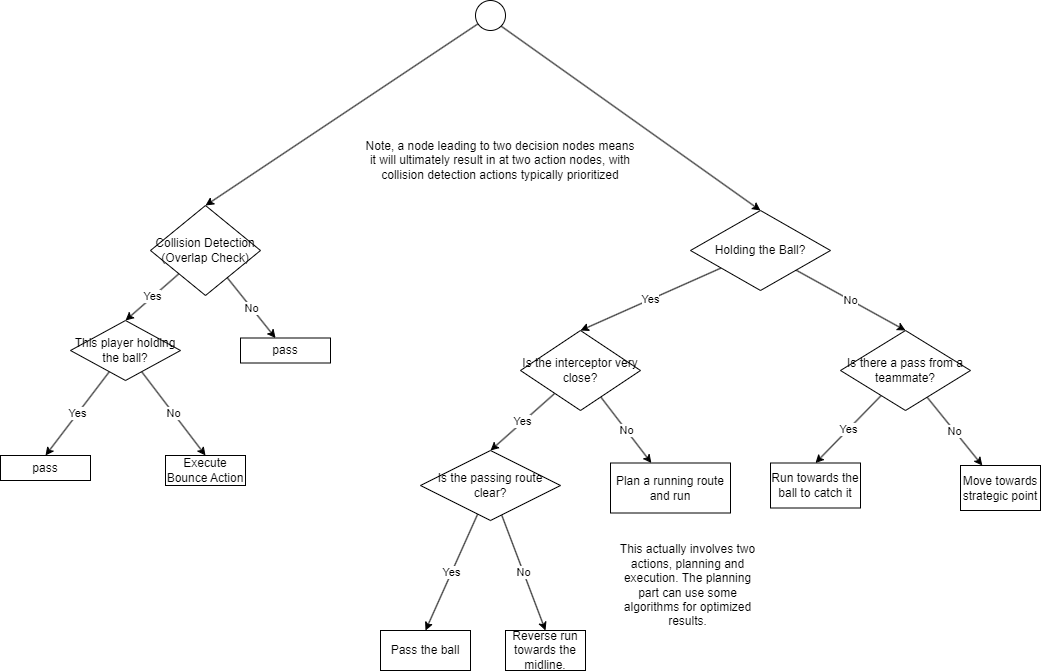
This is behavioral logic blueprint/striker_eng.png from LuMingJun62511/TDP, a draw.io export, as it was before one commit. Source tidied: cells renumbered, new cells last; positions are measured from the earlier drawing's top-left corner, leaving out a move shared by most shapes. The source it was exported from:
```xml
<mxGraphModel>
  <root>
    <mxCell id="0" />
    <mxCell id="1" parent="0" />
    <mxCell id="2" style="edgeStyle=none;html=1;entryX=0.5;entryY=0;entryDx=0;entryDy=0;" parent="1" edge="1" source="3" target="7">
      <mxGeometry relative="1" as="geometry" />
    </mxCell>
    <mxCell id="3" style="ellipse;whiteSpace=wrap;html=1;" parent="1" vertex="1">
      <mxGeometry x="475" width="30" height="30" as="geometry" />
    </mxCell>
    <mxCell id="4" value="Yes" style="edgeStyle=none;html=1;entryX=0.5;entryY=0;entryDx=0;entryDy=0;" parent="1" edge="1" source="7" target="10">
      <mxGeometry relative="1" as="geometry" />
    </mxCell>
    <mxCell id="5" style="edgeStyle=none;html=1;exitX=1;exitY=1;exitDx=0;exitDy=0;entryX=0.5;entryY=0;entryDx=0;entryDy=0;" parent="1" edge="1" source="3" target="15">
      <mxGeometry relative="1" as="geometry" />
    </mxCell>
    <mxCell id="6" value="No" style="edgeStyle=none;html=1;" parent="1" edge="1" source="7" target="32">
      <mxGeometry relative="1" as="geometry" />
    </mxCell>
    <mxCell id="7" value="&lt;div&gt;Collision Detection&lt;/div&gt;&lt;div&gt;(Overlap Check)&lt;/div&gt;" style="rhombus;whiteSpace=wrap;html=1;" parent="1" vertex="1">
      <mxGeometry x="150" y="205" width="110" height="90" as="geometry" />
    </mxCell>
    <mxCell id="8" value="No" style="edgeStyle=none;html=1;entryX=0.5;entryY=0;entryDx=0;entryDy=0;" parent="1" edge="1" source="10" target="11">
      <mxGeometry relative="1" as="geometry" />
    </mxCell>
    <mxCell id="9" value="Yes" style="edgeStyle=none;html=1;entryX=0.5;entryY=0;entryDx=0;entryDy=0;" parent="1" edge="1" source="10" target="12">
      <mxGeometry relative="1" as="geometry" />
    </mxCell>
    <mxCell id="10" value="This player holding the ball?" style="rhombus;whiteSpace=wrap;html=1;" parent="1" vertex="1">
      <mxGeometry x="70" y="320" width="110" height="60" as="geometry" />
    </mxCell>
    <mxCell id="11" value="Execute Bounce Action" style="rounded=0;whiteSpace=wrap;html=1;" parent="1" vertex="1">
      <mxGeometry x="165" y="455" width="80" height="30" as="geometry" />
    </mxCell>
    <mxCell id="12" value="pass" style="rounded=0;whiteSpace=wrap;html=1;" parent="1" vertex="1">
      <mxGeometry y="455" width="90" height="25" as="geometry" />
    </mxCell>
    <mxCell id="13" value="Yes" style="edgeStyle=none;html=1;entryX=0.5;entryY=0;entryDx=0;entryDy=0;" parent="1" edge="1" source="15" target="19">
      <mxGeometry relative="1" as="geometry" />
    </mxCell>
    <mxCell id="14" value="No" style="edgeStyle=none;html=1;entryX=0.5;entryY=0;entryDx=0;entryDy=0;" parent="1" edge="1" source="15" target="24">
      <mxGeometry relative="1" as="geometry" />
    </mxCell>
    <mxCell id="15" value="Holding the Ball?" style="rhombus;whiteSpace=wrap;html=1;" parent="1" vertex="1">
      <mxGeometry x="690" y="210" width="140" height="80" as="geometry" />
    </mxCell>
    <mxCell id="16" value="Plan a running route and run" style="rounded=0;whiteSpace=wrap;html=1;" parent="1" vertex="1">
      <mxGeometry x="610" y="462.5" width="120" height="50" as="geometry" />
    </mxCell>
    <mxCell id="17" value="No" style="edgeStyle=none;html=1;" parent="1" edge="1" source="19" target="16">
      <mxGeometry relative="1" as="geometry" />
    </mxCell>
    <mxCell id="18" value="Yes" style="edgeStyle=none;html=1;entryX=0.5;entryY=0;entryDx=0;entryDy=0;" parent="1" edge="1" source="19" target="28">
      <mxGeometry relative="1" as="geometry" />
    </mxCell>
    <mxCell id="19" value="Is the interceptor very close?" style="rhombus;whiteSpace=wrap;html=1;" parent="1" vertex="1">
      <mxGeometry x="520" y="330" width="120" height="80" as="geometry" />
    </mxCell>
    <mxCell id="20" value="Pass the ball" style="rounded=0;whiteSpace=wrap;html=1;" parent="1" vertex="1">
      <mxGeometry x="380" y="630" width="90" height="40" as="geometry" />
    </mxCell>
    <mxCell id="21" value="Run towards the ball to catch it" style="rounded=0;whiteSpace=wrap;html=1;" parent="1" vertex="1">
      <mxGeometry x="770" y="462.5" width="90" height="45" as="geometry" />
    </mxCell>
    <mxCell id="22" value="Yes" style="edgeStyle=none;html=1;entryX=0.5;entryY=0;entryDx=0;entryDy=0;" parent="1" edge="1" source="24" target="21">
      <mxGeometry relative="1" as="geometry" />
    </mxCell>
    <mxCell id="23" value="No" style="edgeStyle=none;html=1;" parent="1" edge="1" source="24" target="25">
      <mxGeometry relative="1" as="geometry" />
    </mxCell>
    <mxCell id="24" value="Is there a pass from a teammate?" style="rhombus;whiteSpace=wrap;html=1;" parent="1" vertex="1">
      <mxGeometry x="840" y="330" width="130" height="80" as="geometry" />
    </mxCell>
    <mxCell id="25" value="Move towards strategic point" style="rounded=0;whiteSpace=wrap;html=1;" parent="1" vertex="1">
      <mxGeometry x="960" y="465" width="80" height="45" as="geometry" />
    </mxCell>
    <mxCell id="26" value="Yes" style="edgeStyle=none;html=1;entryX=0.5;entryY=0;entryDx=0;entryDy=0;" parent="1" edge="1" source="28" target="20">
      <mxGeometry relative="1" as="geometry" />
    </mxCell>
    <mxCell id="27" value="No" style="edgeStyle=none;html=1;entryX=0.5;entryY=0;entryDx=0;entryDy=0;" parent="1" edge="1" source="28" target="29">
      <mxGeometry relative="1" as="geometry" />
    </mxCell>
    <mxCell id="28" value="Is the passing route clear?" style="rhombus;whiteSpace=wrap;html=1;" parent="1" vertex="1">
      <mxGeometry x="420" y="450" width="140" height="70" as="geometry" />
    </mxCell>
    <mxCell id="29" value="Reverse run towards the midline." style="rounded=0;whiteSpace=wrap;html=1;" parent="1" vertex="1">
      <mxGeometry x="505" y="630" width="80" height="40" as="geometry" />
    </mxCell>
    <mxCell id="30" value="This actually involves two actions, planning and execution. The planning part can use some algorithms for optimized results." style="text;html=1;strokeColor=none;fillColor=none;align=center;verticalAlign=middle;whiteSpace=wrap;rounded=0;" parent="1" vertex="1">
      <mxGeometry x="615" y="520" width="145" height="130" as="geometry" />
    </mxCell>
    <mxCell id="31" value="Note, a node leading to two decision nodes means it will ultimately result in at two action nodes, with collision detection actions typically prioritized" style="text;html=1;strokeColor=none;fillColor=none;align=center;verticalAlign=middle;whiteSpace=wrap;rounded=0;" parent="1" vertex="1">
      <mxGeometry x="360" y="140" width="280" height="40" as="geometry" />
    </mxCell>
    <mxCell id="32" value="pass" style="rounded=0;whiteSpace=wrap;html=1;" parent="1" vertex="1">
      <mxGeometry x="240" y="337.5" width="90" height="25" as="geometry" />
    </mxCell>
  </root>
</mxGraphModel>
```
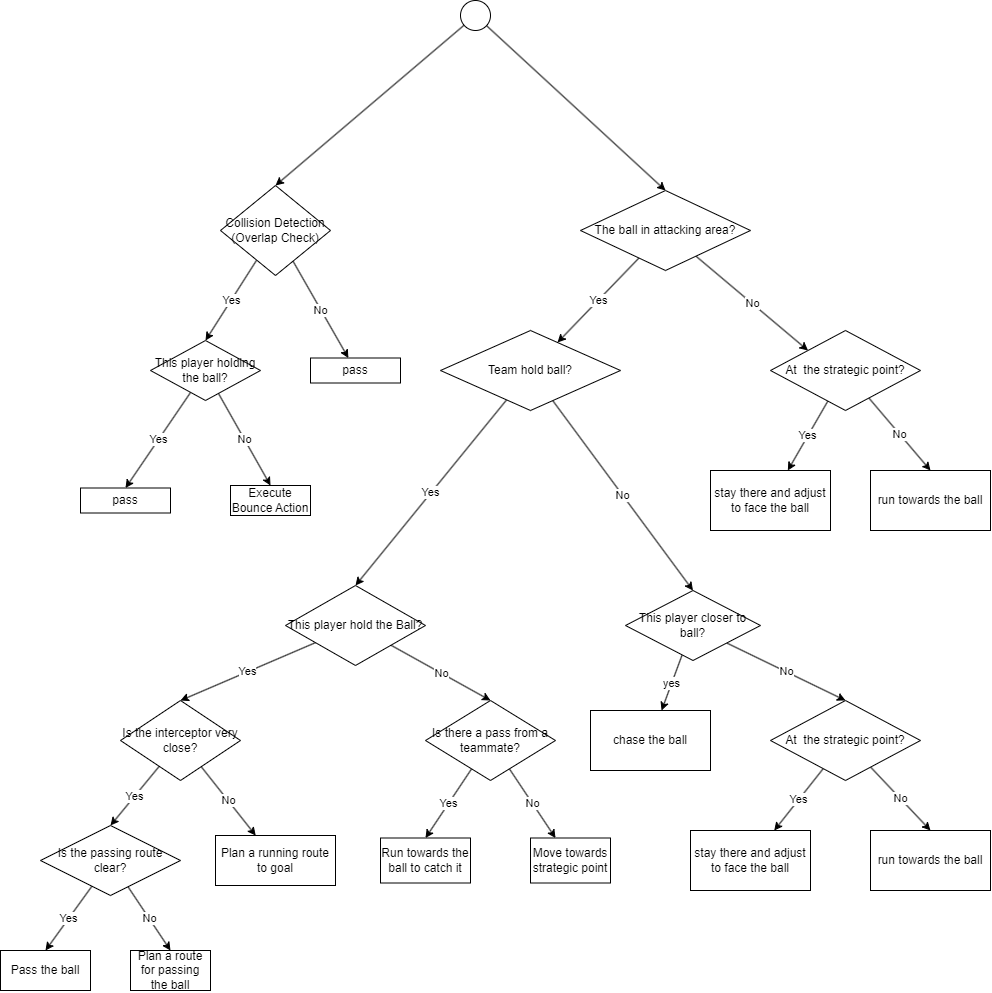
After the commit.

Commit message:
refactor the striker logic

What changed in the source:
```diff
@@ -5,20 +5,20 @@
     <mxCell id="2" style="edgeStyle=none;html=1;entryX=0.5;entryY=0;entryDx=0;entryDy=0;" parent="1" edge="1" source="3" target="7">
       <mxGeometry relative="1" as="geometry" />
     </mxCell>
+    <mxCell id="33" style="edgeStyle=none;html=1;entryX=0.5;entryY=0;entryDx=0;entryDy=0;" parent="1" edge="1" source="3" target="36">
+      <mxGeometry relative="1" as="geometry" />
+    </mxCell>
     <mxCell id="3" style="ellipse;whiteSpace=wrap;html=1;" parent="1" vertex="1">
-      <mxGeometry x="475" width="30" height="30" as="geometry" />
+      <mxGeometry x="760" y="-400" width="30" height="30" as="geometry" />
     </mxCell>
     <mxCell id="4" value="Yes" style="edgeStyle=none;html=1;entryX=0.5;entryY=0;entryDx=0;entryDy=0;" parent="1" edge="1" source="7" target="10">
       <mxGeometry relative="1" as="geometry" />
     </mxCell>
-    <mxCell id="5" style="edgeStyle=none;html=1;exitX=1;exitY=1;exitDx=0;exitDy=0;entryX=0.5;entryY=0;entryDx=0;entryDy=0;" parent="1" edge="1" source="3" target="15">
-      <mxGeometry relative="1" as="geometry" />
-    </mxCell>
     <mxCell id="6" value="No" style="edgeStyle=none;html=1;" parent="1" edge="1" source="7" target="32">
       <mxGeometry relative="1" as="geometry" />
     </mxCell>
     <mxCell id="7" value="&lt;div&gt;Collision Detection&lt;/div&gt;&lt;div&gt;(Overlap Check)&lt;/div&gt;" style="rhombus;whiteSpace=wrap;html=1;" parent="1" vertex="1">
-      <mxGeometry x="150" y="205" width="110" height="90" as="geometry" />
+      <mxGeometry x="520" y="-215" width="110" height="90" as="geometry" />
     </mxCell>
     <mxCell id="8" value="No" style="edgeStyle=none;html=1;entryX=0.5;entryY=0;entryDx=0;entryDy=0;" parent="1" edge="1" source="10" target="11">
       <mxGeometry relative="1" as="geometry" />
@@ -27,13 +27,13 @@
       <mxGeometry relative="1" as="geometry" />
     </mxCell>
     <mxCell id="10" value="This player holding the ball?" style="rhombus;whiteSpace=wrap;html=1;" parent="1" vertex="1">
-      <mxGeometry x="70" y="320" width="110" height="60" as="geometry" />
+      <mxGeometry x="450" y="-60" width="110" height="60" as="geometry" />
     </mxCell>
     <mxCell id="11" value="Execute Bounce Action" style="rounded=0;whiteSpace=wrap;html=1;" parent="1" vertex="1">
-      <mxGeometry x="165" y="455" width="80" height="30" as="geometry" />
+      <mxGeometry x="530" y="85" width="80" height="30" as="geometry" />
     </mxCell>
     <mxCell id="12" value="pass" style="rounded=0;whiteSpace=wrap;html=1;" parent="1" vertex="1">
-      <mxGeometry y="455" width="90" height="25" as="geometry" />
+      <mxGeometry x="380" y="87.5" width="90" height="25" as="geometry" />
     </mxCell>
     <mxCell id="13" value="Yes" style="edgeStyle=none;html=1;entryX=0.5;entryY=0;entryDx=0;entryDy=0;" parent="1" edge="1" source="15" target="19">
       <mxGeometry relative="1" as="geometry" />
@@ -41,11 +41,11 @@
     <mxCell id="14" value="No" style="edgeStyle=none;html=1;entryX=0.5;entryY=0;entryDx=0;entryDy=0;" parent="1" edge="1" source="15" target="24">
       <mxGeometry relative="1" as="geometry" />
     </mxCell>
-    <mxCell id="15" value="Holding the Ball?" style="rhombus;whiteSpace=wrap;html=1;" parent="1" vertex="1">
-      <mxGeometry x="690" y="210" width="140" height="80" as="geometry" />
+    <mxCell id="15" value="This player hold the Ball?" style="rhombus;whiteSpace=wrap;html=1;" parent="1" vertex="1">
+      <mxGeometry x="585" y="185" width="140" height="80" as="geometry" />
     </mxCell>
-    <mxCell id="16" value="Plan a running route and run" style="rounded=0;whiteSpace=wrap;html=1;" parent="1" vertex="1">
-      <mxGeometry x="610" y="462.5" width="120" height="50" as="geometry" />
+    <mxCell id="16" value="Plan a running route to goal" style="rounded=0;whiteSpace=wrap;html=1;" parent="1" vertex="1">
+      <mxGeometry x="515" y="435" width="120" height="50" as="geometry" />
     </mxCell>
     <mxCell id="17" value="No" style="edgeStyle=none;html=1;" parent="1" edge="1" source="19" target="16">
       <mxGeometry relative="1" as="geometry" />
@@ -54,13 +54,13 @@
       <mxGeometry relative="1" as="geometry" />
     </mxCell>
     <mxCell id="19" value="Is the interceptor very close?" style="rhombus;whiteSpace=wrap;html=1;" parent="1" vertex="1">
-      <mxGeometry x="520" y="330" width="120" height="80" as="geometry" />
+      <mxGeometry x="420" y="300" width="120" height="80" as="geometry" />
     </mxCell>
     <mxCell id="20" value="Pass the ball" style="rounded=0;whiteSpace=wrap;html=1;" parent="1" vertex="1">
-      <mxGeometry x="380" y="630" width="90" height="40" as="geometry" />
+      <mxGeometry x="300" y="550" width="90" height="40" as="geometry" />
     </mxCell>
     <mxCell id="21" value="Run towards the ball to catch it" style="rounded=0;whiteSpace=wrap;html=1;" parent="1" vertex="1">
-      <mxGeometry x="770" y="462.5" width="90" height="45" as="geometry" />
+      <mxGeometry x="680" y="437.5" width="90" height="45" as="geometry" />
     </mxCell>
     <mxCell id="22" value="Yes" style="edgeStyle=none;html=1;entryX=0.5;entryY=0;entryDx=0;entryDy=0;" parent="1" edge="1" source="24" target="21">
       <mxGeometry relative="1" as="geometry" />
@@ -69,10 +69,10 @@
       <mxGeometry relative="1" as="geometry" />
     </mxCell>
     <mxCell id="24" value="Is there a pass from a teammate?" style="rhombus;whiteSpace=wrap;html=1;" parent="1" vertex="1">
-      <mxGeometry x="840" y="330" width="130" height="80" as="geometry" />
+      <mxGeometry x="725" y="300" width="130" height="80" as="geometry" />
     </mxCell>
     <mxCell id="25" value="Move towards strategic point" style="rounded=0;whiteSpace=wrap;html=1;" parent="1" vertex="1">
-      <mxGeometry x="960" y="465" width="80" height="45" as="geometry" />
+      <mxGeometry x="830" y="437.5" width="80" height="45" as="geometry" />
     </mxCell>
     <mxCell id="26" value="Yes" style="edgeStyle=none;html=1;entryX=0.5;entryY=0;entryDx=0;entryDy=0;" parent="1" edge="1" source="28" target="20">
       <mxGeometry relative="1" as="geometry" />
@@ -81,19 +81,73 @@
       <mxGeometry relative="1" as="geometry" />
     </mxCell>
     <mxCell id="28" value="Is the passing route clear?" style="rhombus;whiteSpace=wrap;html=1;" parent="1" vertex="1">
-      <mxGeometry x="420" y="450" width="140" height="70" as="geometry" />
+      <mxGeometry x="340" y="425" width="140" height="70" as="geometry" />
     </mxCell>
-    <mxCell id="29" value="Reverse run towards the midline." style="rounded=0;whiteSpace=wrap;html=1;" parent="1" vertex="1">
-      <mxGeometry x="505" y="630" width="80" height="40" as="geometry" />
+    <mxCell id="29" value="Plan a route for passing the ball" style="rounded=0;whiteSpace=wrap;html=1;" parent="1" vertex="1">
+      <mxGeometry x="430" y="550" width="80" height="40" as="geometry" />
     </mxCell>
-    <mxCell id="30" value="This actually involves two actions, planning and execution. The planning part can use some algorithms for optimized results." style="text;html=1;strokeColor=none;fillColor=none;align=center;verticalAlign=middle;whiteSpace=wrap;rounded=0;" parent="1" vertex="1">
-      <mxGeometry x="615" y="520" width="145" height="130" as="geometry" />
-    </mxCell>
-    <mxCell id="31" value="Note, a node leading to two decision nodes means it will ultimately result in at two action nodes, with collision detection actions typically prioritized" style="text;html=1;strokeColor=none;fillColor=none;align=center;verticalAlign=middle;whiteSpace=wrap;rounded=0;" parent="1" vertex="1">
-      <mxGeometry x="360" y="140" width="280" height="40" as="geometry" />
-    </mxCell>
     <mxCell id="32" value="pass" style="rounded=0;whiteSpace=wrap;html=1;" parent="1" vertex="1">
-      <mxGeometry x="240" y="337.5" width="90" height="25" as="geometry" />
+      <mxGeometry x="610" y="-42.5" width="90" height="25" as="geometry" />
     </mxCell>
+    <mxCell id="34" value="Yes" style="edgeStyle=none;html=1;" parent="1" edge="1" source="36" target="39">
+      <mxGeometry relative="1" as="geometry" />
+    </mxCell>
+    <mxCell id="35" value="No" style="edgeStyle=none;html=1;entryX=0;entryY=0;entryDx=0;entryDy=0;" parent="1" edge="1" source="36" target="42">
+      <mxGeometry relative="1" as="geometry" />
+    </mxCell>
+    <mxCell id="36" value="The ball in attacking area?" style="rhombus;whiteSpace=wrap;html=1;" parent="1" vertex="1">
+      <mxGeometry x="880" y="-210" width="170" height="80" as="geometry" />
+    </mxCell>
+    <mxCell id="37" value="Yes" style="edgeStyle=none;html=1;entryX=0.5;entryY=0;entryDx=0;entryDy=0;" parent="1" edge="1" source="39" target="15">
+      <mxGeometry relative="1" as="geometry" />
+    </mxCell>
+    <mxCell id="38" value="No" style="edgeStyle=none;html=1;entryX=0.5;entryY=0;entryDx=0;entryDy=0;" parent="1" edge="1" source="39" target="47">
+      <mxGeometry relative="1" as="geometry" />
+    </mxCell>
+    <mxCell id="39" value="Team hold ball?" style="rhombus;whiteSpace=wrap;html=1;" parent="1" vertex="1">
+      <mxGeometry x="740" y="-70" width="180" height="80" as="geometry" />
+    </mxCell>
+    <mxCell id="40" value="No" style="edgeStyle=none;html=1;entryX=0.5;entryY=0;entryDx=0;entryDy=0;" parent="1" edge="1" source="42" target="43">
+      <mxGeometry relative="1" as="geometry" />
+    </mxCell>
+    <mxCell id="41" value="Yes" style="edgeStyle=none;html=1;" parent="1" edge="1" source="42" target="44">
+      <mxGeometry relative="1" as="geometry" />
+    </mxCell>
+    <mxCell id="42" value="At&amp;nbsp; the strategic point?" style="rhombus;whiteSpace=wrap;html=1;" parent="1" vertex="1">
+      <mxGeometry x="1070" y="-70" width="150" height="80" as="geometry" />
+    </mxCell>
+    <mxCell id="43" value="run towards the ball" style="rounded=0;whiteSpace=wrap;html=1;" parent="1" vertex="1">
+      <mxGeometry x="1170" y="70" width="120" height="60" as="geometry" />
+    </mxCell>
+    <mxCell id="44" value="stay there and adjust to face the ball" style="rounded=0;whiteSpace=wrap;html=1;" parent="1" vertex="1">
+      <mxGeometry x="1010" y="70" width="120" height="60" as="geometry" />
+    </mxCell>
+    <mxCell id="45" value="yes" style="edgeStyle=none;html=1;" parent="1" edge="1" source="47" target="48">
+      <mxGeometry relative="1" as="geometry" />
+    </mxCell>
+    <mxCell id="46" value="No" style="edgeStyle=none;html=1;exitX=1;exitY=1;exitDx=0;exitDy=0;entryX=0.5;entryY=0;entryDx=0;entryDy=0;" parent="1" edge="1" source="47" target="51">
+      <mxGeometry relative="1" as="geometry" />
+    </mxCell>
+    <mxCell id="47" value="This player closer to ball?" style="rhombus;whiteSpace=wrap;html=1;" parent="1" vertex="1">
+      <mxGeometry x="925" y="190" width="135" height="70" as="geometry" />
+    </mxCell>
+    <mxCell id="48" value="chase the ball" style="rounded=0;whiteSpace=wrap;html=1;" parent="1" vertex="1">
+      <mxGeometry x="890" y="310" width="120" height="60" as="geometry" />
+    </mxCell>
+    <mxCell id="49" value="No" style="edgeStyle=none;html=1;entryX=0.5;entryY=0;entryDx=0;entryDy=0;" parent="1" edge="1" source="51" target="52">
+      <mxGeometry relative="1" as="geometry" />
+    </mxCell>
+    <mxCell id="50" value="Yes" style="edgeStyle=none;html=1;" parent="1" edge="1" source="51" target="53">
+      <mxGeometry relative="1" as="geometry" />
+    </mxCell>
+    <mxCell id="51" value="At&amp;nbsp; the strategic point?" style="rhombus;whiteSpace=wrap;html=1;" parent="1" vertex="1">
+      <mxGeometry x="1070" y="300" width="150" height="80" as="geometry" />
+    </mxCell>
+    <mxCell id="52" value="run towards the ball" style="rounded=0;whiteSpace=wrap;html=1;" parent="1" vertex="1">
+      <mxGeometry x="1170" y="430" width="120" height="60" as="geometry" />
+    </mxCell>
+    <mxCell id="53" value="stay there and adjust to face the ball" style="rounded=0;whiteSpace=wrap;html=1;" parent="1" vertex="1">
+      <mxGeometry x="990" y="430" width="120" height="60" as="geometry" />
+    </mxCell>
   </root>
 </mxGraphModel>
```
